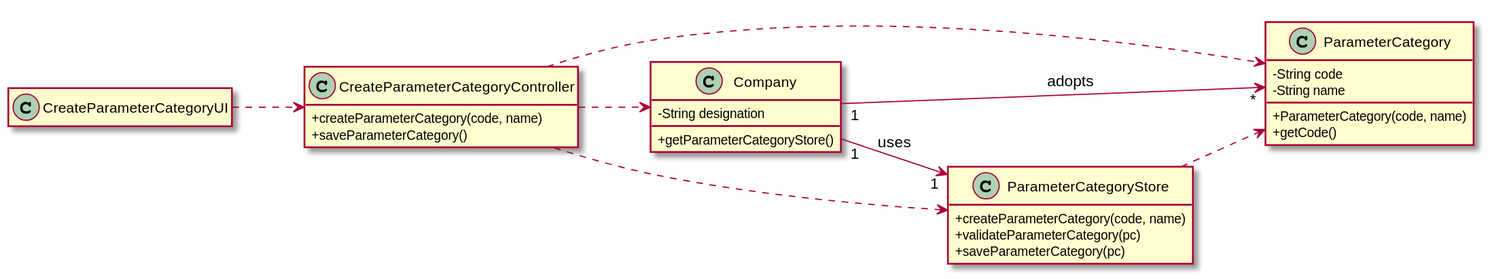
Above: docs/SprintB/US_11/US011_CD.svg in ana-albergaria/LAPR2-ISEP (PlantUML), before the change.
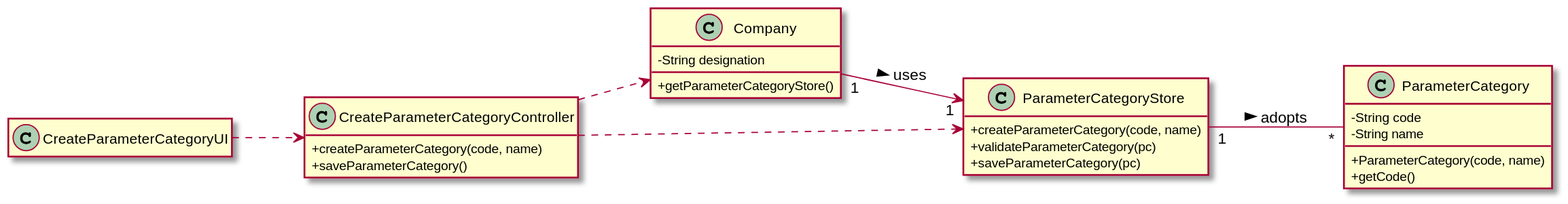
Above is the later version.

Change to the diagram source:
```diff
@@ -32,11 +32,9 @@
 
 CreateParameterCategoryUI ..> CreateParameterCategoryController
 CreateParameterCategoryController ..> Company
-CreateParameterCategoryController ..> ParameterCategory
 CreateParameterCategoryController ..> ParameterCategoryStore
-ParameterCategoryStore ..> ParameterCategory
-Company "1" --> "1" ParameterCategoryStore : uses
-Company "1" --> "*" ParameterCategory : adopts
+ParameterCategoryStore "1" -- "*" ParameterCategory : adopts >
+Company "1" --> "1" ParameterCategoryStore : uses >
 
 
 @enduml
```
